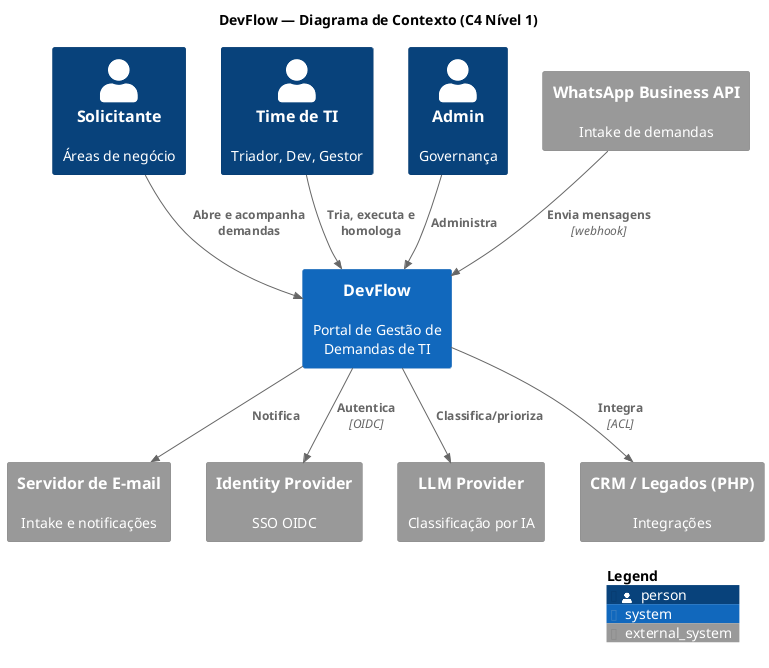
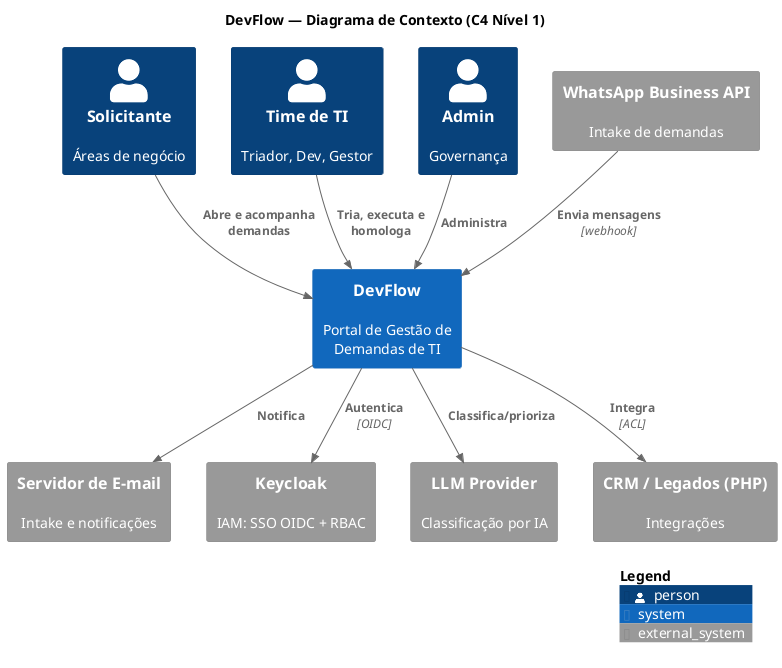
@startuml DevFlow-C4-Context
!include <C4/C4_Context>
title DevFlow — Diagrama de Contexto (C4 Nível 1)

Person(solicitante, "Solicitante", "Áreas de negócio")
Person(timeTI, "Time de TI", "Triador, Dev, Gestor")
Person(admin, "Admin", "Governança")

System(devflow, "DevFlow", "Portal de Gestão de Demandas de TI")

System_Ext(whatsapp, "WhatsApp Business API", "Intake de demandas")
System_Ext(email, "Servidor de E-mail", "Intake e notificações")
- System_Ext(idp, "Identity Provider", "SSO OIDC")
+ System_Ext(idp, "Keycloak", "IAM: SSO OIDC + RBAC")
System_Ext(llm, "LLM Provider", "Classificação por IA")
System_Ext(legado, "CRM / Legados (PHP)", "Integrações")

Rel(solicitante, devflow, "Abre e acompanha demandas")
Rel(timeTI, devflow, "Tria, executa e homologa")
Rel(admin, devflow, "Administra")
Rel(whatsapp, devflow, "Envia mensagens", "webhook")
Rel(devflow, email, "Notifica")
Rel(devflow, idp, "Autentica", "OIDC")
Rel(devflow, llm, "Classifica/prioriza")
Rel(devflow, legado, "Integra", "ACL")
SHOW_LEGEND()
@enduml
